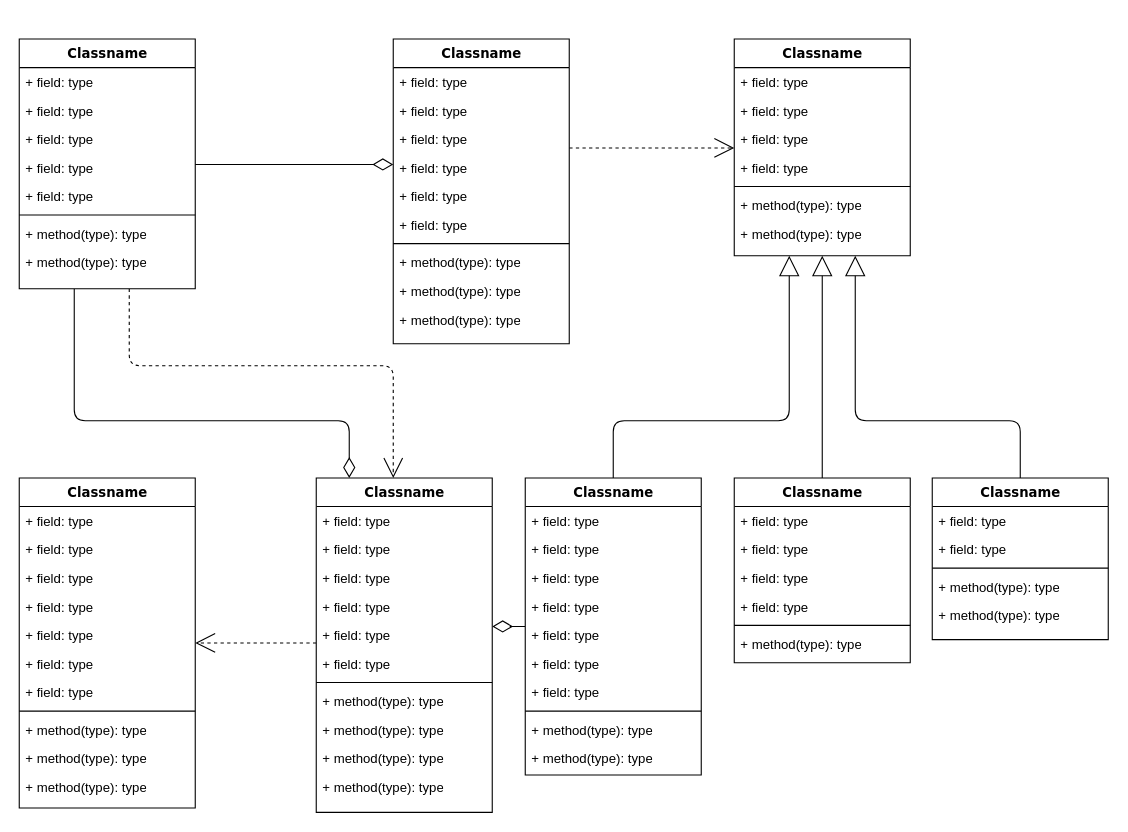
The draw.io diagram Diagrama sin título.drawio in Dighitalsoluciones/bkparrillaelfogon, before the edit. Source tidied: cells renumbered, new cells numbered last; positions are measured from the earlier drawing's top-left corner, leaving out a move shared by most shapes. Both pictures are drawn from the tidied source at 110%, with x=0, y=0 at pixel (19, 38).
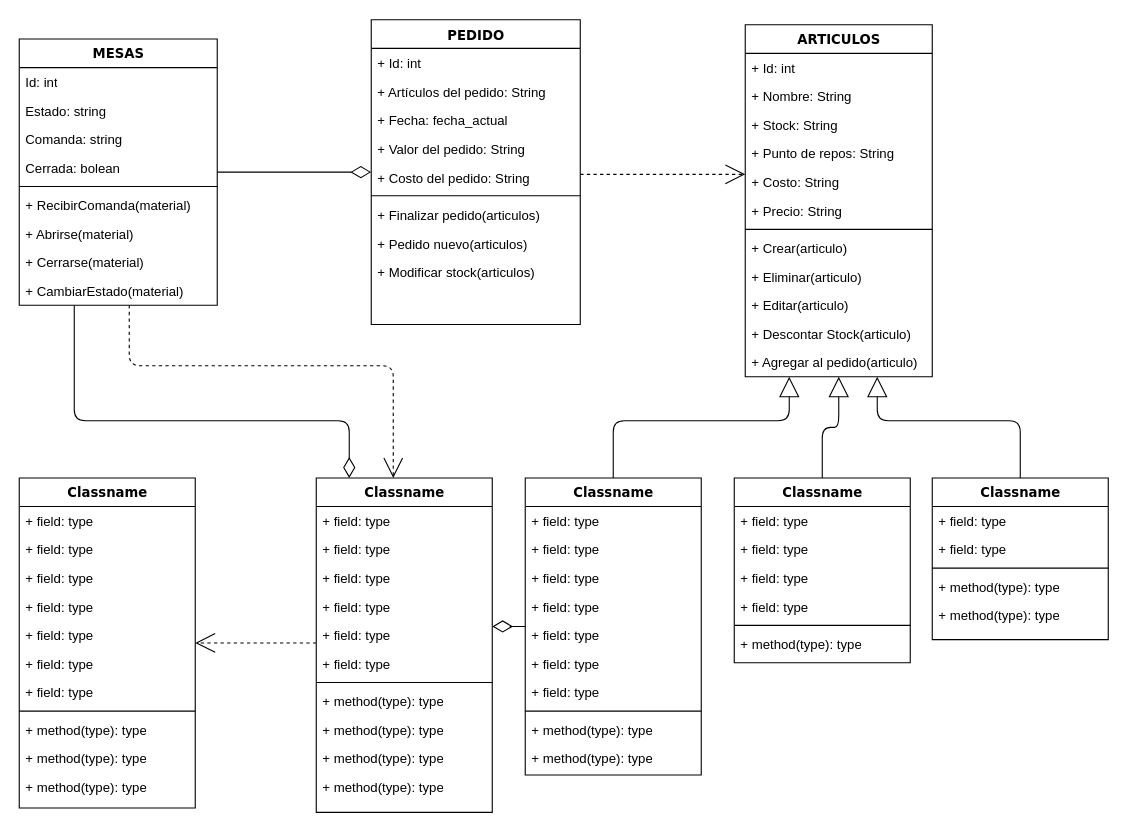
The same diagram, later.

Commit message:
diagrama Clases Bk Fogon

The change refers to these unchanged cells:
```xml
<mxCell id="80" value="Classname" style="swimlane;html=1;fontStyle=1;align=center;verticalAlign=top;horizontal=1;startSize=26;swimlaneFillColor=#ffffff;rounded=0;shadow=0;comic=0;labelBackgroundColor=none;strokeWidth=1;fillColor=none;fontFamily=Verdana;fontSize=12;" parent="1" vertex="1">
  <mxGeometry x="830" y="399" width="160" height="147" as="geometry" />
</mxCell>
```

Diff of the diagram source:
```diff
@@
-    <mxCell id="4" value="Classname" style="swimlane;html=1;fontStyle=1;align=center;verticalAlign=top;horizontal=1;startSize=26;swimlaneFillColor=#ffffff;rounded=0;shadow=0;comic=0;labelBackgroundColor=none;strokeWidth=1;fillColor=none;fontFamily=Verdana;fontSize=12;" parent="1" vertex="1">
-      <mxGeometry width="160" height="227" as="geometry" />
+    <mxCell id="4" value="MESAS" style="swimlane;html=1;fontStyle=1;align=center;verticalAlign=top;horizontal=1;startSize=26;swimlaneFillColor=#ffffff;rounded=0;shadow=0;comic=0;labelBackgroundColor=none;strokeWidth=1;fillColor=none;fontFamily=Verdana;fontSize=12;" parent="1" vertex="1">
+      <mxGeometry width="180" height="242" as="geometry" />
     </mxCell>
-    <mxCell id="5" value="+ field: type" style="text;html=1;strokeColor=none;fillColor=none;align=left;verticalAlign=top;spacingLeft=4;spacingRight=4;whiteSpace=wrap;overflow=hidden;" parent="4" vertex="1">
-      <mxGeometry y="26" width="160" height="26" as="geometry" />
+    <mxCell id="5" value="Id: int" style="text;html=1;strokeColor=none;fillColor=none;align=left;verticalAlign=top;spacingLeft=4;spacingRight=4;whiteSpace=wrap;overflow=hidden;" parent="4" vertex="1">
+      <mxGeometry y="26" width="180" height="26" as="geometry" />
     </mxCell>
-    <mxCell id="6" value="+ field: type" style="text;html=1;strokeColor=none;fillColor=none;align=left;verticalAlign=top;spacingLeft=4;spacingRight=4;whiteSpace=wrap;overflow=hidden;" parent="4" vertex="1">
-      <mxGeometry y="52" width="160" height="26" as="geometry" />
+    <mxCell id="6" value="Estado: string" style="text;html=1;strokeColor=none;fillColor=none;align=left;verticalAlign=top;spacingLeft=4;spacingRight=4;whiteSpace=wrap;overflow=hidden;" parent="4" vertex="1">
+      <mxGeometry y="52" width="180" height="26" as="geometry" />
     </mxCell>
-    <mxCell id="7" value="+ field: type" style="text;html=1;strokeColor=none;fillColor=none;align=left;verticalAlign=top;spacingLeft=4;spacingRight=4;whiteSpace=wrap;overflow=hidden;" parent="4" vertex="1">
-      <mxGeometry y="78" width="160" height="26" as="geometry" />
+    <mxCell id="7" value="Comanda: string" style="text;html=1;strokeColor=none;fillColor=none;align=left;verticalAlign=top;spacingLeft=4;spacingRight=4;whiteSpace=wrap;overflow=hidden;" parent="4" vertex="1">
+      <mxGeometry y="78" width="180" height="26" as="geometry" />
     </mxCell>
-    <mxCell id="8" value="+ field: type" style="text;html=1;strokeColor=none;fillColor=none;align=left;verticalAlign=top;spacingLeft=4;spacingRight=4;whiteSpace=wrap;overflow=hidden;" parent="4" vertex="1">
-      <mxGeometry y="104" width="160" height="26" as="geometry" />
+    <mxCell id="8" value="Cerrada: bolean" style="text;html=1;strokeColor=none;fillColor=none;align=left;verticalAlign=top;spacingLeft=4;spacingRight=4;whiteSpace=wrap;overflow=hidden;" parent="4" vertex="1">
+      <mxGeometry y="104" width="180" height="26" as="geometry" />
     </mxCell>
-    <mxCell id="9" value="+ field: type" style="text;html=1;strokeColor=none;fillColor=none;align=left;verticalAlign=top;spacingLeft=4;spacingRight=4;whiteSpace=wrap;overflow=hidden;" parent="4" vertex="1">
-      <mxGeometry y="130" width="160" height="26" as="geometry" />
-    </mxCell>
     <mxCell id="10" style="line;html=1;strokeWidth=1;fillColor=none;align=left;verticalAlign=middle;spacingTop=-1;spacingLeft=3;spacingRight=3;labelPosition=right;" parent="4" vertex="1">
-      <mxGeometry y="156" width="160" height="8" as="geometry" />
+      <mxGeometry y="130" width="180" height="8" as="geometry" />
     </mxCell>
-    <mxCell id="11" value="+ method(type): type" style="text;html=1;strokeColor=none;fillColor=none;align=left;verticalAlign=top;spacingLeft=4;spacingRight=4;whiteSpace=wrap;overflow=hidden;" parent="4" vertex="1">
-      <mxGeometry y="164" width="160" height="26" as="geometry" />
+    <mxCell id="11" value="+ RecibirComanda(material)" style="text;html=1;strokeColor=none;fillColor=none;align=left;verticalAlign=top;spacingLeft=4;spacingRight=4;whiteSpace=wrap;overflow=hidden;" parent="4" vertex="1">
+      <mxGeometry y="138" width="180" height="26" as="geometry" />
     </mxCell>
-    <mxCell id="12" value="+ method(type): type" style="text;html=1;strokeColor=none;fillColor=none;align=left;verticalAlign=top;spacingLeft=4;spacingRight=4;whiteSpace=wrap;overflow=hidden;" parent="4" vertex="1">
-      <mxGeometry y="190" width="160" height="26" as="geometry" />
+    <mxCell id="12" value="+ Abrirse(material)" style="text;html=1;strokeColor=none;fillColor=none;align=left;verticalAlign=top;spacingLeft=4;spacingRight=4;whiteSpace=wrap;overflow=hidden;" parent="4" vertex="1">
+      <mxGeometry y="164" width="180" height="26" as="geometry" />
     </mxCell>
+    <mxCell id="87" value="+ Cerrarse(material)" style="text;html=1;strokeColor=none;fillColor=none;align=left;verticalAlign=top;spacingLeft=4;spacingRight=4;whiteSpace=wrap;overflow=hidden;" parent="4" vertex="1">
+      <mxGeometry y="190" width="180" height="26" as="geometry" />
+    </mxCell>
+    <mxCell id="88" value="+ CambiarEstado(material)" style="text;html=1;strokeColor=none;fillColor=none;align=left;verticalAlign=top;spacingLeft=4;spacingRight=4;whiteSpace=wrap;overflow=hidden;" parent="4" vertex="1">
+      <mxGeometry y="216" width="180" height="26" as="geometry" />
+    </mxCell>
@@
-    <mxCell id="14" value="Classname" style="swimlane;html=1;fontStyle=1;align=center;verticalAlign=top;horizontal=1;startSize=26;swimlaneFillColor=#ffffff;rounded=0;shadow=0;comic=0;labelBackgroundColor=none;strokeWidth=1;fillColor=none;fontFamily=Verdana;fontSize=12;" parent="1" vertex="1">
-      <mxGeometry x="340" width="160" height="277" as="geometry" />
+    <mxCell id="14" value="PEDIDO" style="swimlane;html=1;fontStyle=1;align=center;verticalAlign=top;horizontal=1;startSize=26;swimlaneFillColor=#ffffff;rounded=0;shadow=0;comic=0;labelBackgroundColor=none;strokeWidth=1;fillColor=none;fontFamily=Verdana;fontSize=12;" parent="1" vertex="1">
+      <mxGeometry x="320" y="-17.5" width="190" height="277" as="geometry" />
     </mxCell>
-    <mxCell id="15" value="+ field: type" style="text;html=1;strokeColor=none;fillColor=none;align=left;verticalAlign=top;spacingLeft=4;spacingRight=4;whiteSpace=wrap;overflow=hidden;" parent="14" vertex="1">
-      <mxGeometry y="26" width="160" height="26" as="geometry" />
+    <mxCell id="15" value="+ Id: int" style="text;html=1;strokeColor=none;fillColor=none;align=left;verticalAlign=top;spacingLeft=4;spacingRight=4;whiteSpace=wrap;overflow=hidden;" parent="14" vertex="1">
+      <mxGeometry y="26" width="190" height="26" as="geometry" />
     </mxCell>
-    <mxCell id="16" value="+ field: type" style="text;html=1;strokeColor=none;fillColor=none;align=left;verticalAlign=top;spacingLeft=4;spacingRight=4;whiteSpace=wrap;overflow=hidden;" parent="14" vertex="1">
-      <mxGeometry y="52" width="160" height="26" as="geometry" />
+    <mxCell id="16" value="+ Artículos del pedido: String" style="text;html=1;strokeColor=none;fillColor=none;align=left;verticalAlign=top;spacingLeft=4;spacingRight=4;whiteSpace=wrap;overflow=hidden;" parent="14" vertex="1">
+      <mxGeometry y="52" width="190" height="26" as="geometry" />
     </mxCell>
-    <mxCell id="17" value="+ field: type" style="text;html=1;strokeColor=none;fillColor=none;align=left;verticalAlign=top;spacingLeft=4;spacingRight=4;whiteSpace=wrap;overflow=hidden;" parent="14" vertex="1">
-      <mxGeometry y="78" width="160" height="26" as="geometry" />
+    <mxCell id="17" value="+ Fecha: fecha_actual" style="text;html=1;strokeColor=none;fillColor=none;align=left;verticalAlign=top;spacingLeft=4;spacingRight=4;whiteSpace=wrap;overflow=hidden;" parent="14" vertex="1">
+      <mxGeometry y="78" width="190" height="26" as="geometry" />
     </mxCell>
-    <mxCell id="18" value="+ field: type" style="text;html=1;strokeColor=none;fillColor=none;align=left;verticalAlign=top;spacingLeft=4;spacingRight=4;whiteSpace=wrap;overflow=hidden;" parent="14" vertex="1">
-      <mxGeometry y="104" width="160" height="26" as="geometry" />
+    <mxCell id="18" value="+ Valor del pedido: String" style="text;html=1;strokeColor=none;fillColor=none;align=left;verticalAlign=top;spacingLeft=4;spacingRight=4;whiteSpace=wrap;overflow=hidden;" parent="14" vertex="1">
+      <mxGeometry y="104" width="190" height="26" as="geometry" />
     </mxCell>
-    <mxCell id="19" value="+ field: type" style="text;html=1;strokeColor=none;fillColor=none;align=left;verticalAlign=top;spacingLeft=4;spacingRight=4;whiteSpace=wrap;overflow=hidden;" parent="14" vertex="1">
-      <mxGeometry y="130" width="160" height="26" as="geometry" />
-    </mxCell>
-    <mxCell id="20" value="+ field: type" style="text;html=1;strokeColor=none;fillColor=none;align=left;verticalAlign=top;spacingLeft=4;spacingRight=4;whiteSpace=wrap;overflow=hidden;" parent="14" vertex="1">
-      <mxGeometry y="156" width="160" height="26" as="geometry" />
-    </mxCell>
+    <mxCell id="89" value="+ Costo del pedido: String" style="text;html=1;strokeColor=none;fillColor=none;align=left;verticalAlign=top;spacingLeft=4;spacingRight=4;whiteSpace=wrap;overflow=hidden;" parent="14" vertex="1">
+      <mxGeometry y="130" width="190" height="26" as="geometry" />
+    </mxCell>
     <mxCell id="21" style="line;html=1;strokeWidth=1;fillColor=none;align=left;verticalAlign=middle;spacingTop=-1;spacingLeft=3;spacingRight=3;labelPosition=right;" parent="14" vertex="1">
-      <mxGeometry y="182" width="160" height="8" as="geometry" />
+      <mxGeometry y="156" width="190" height="8" as="geometry" />
     </mxCell>
-    <mxCell id="22" value="+ method(type): type" style="text;html=1;strokeColor=none;fillColor=none;align=left;verticalAlign=top;spacingLeft=4;spacingRight=4;whiteSpace=wrap;overflow=hidden;" parent="14" vertex="1">
-      <mxGeometry y="190" width="160" height="26" as="geometry" />
+    <mxCell id="22" value="+ Finalizar pedido(articulos)" style="text;html=1;strokeColor=none;fillColor=none;align=left;verticalAlign=top;spacingLeft=4;spacingRight=4;whiteSpace=wrap;overflow=hidden;" parent="14" vertex="1">
+      <mxGeometry y="164" width="190" height="26" as="geometry" />
     </mxCell>
-    <mxCell id="23" value="+ method(type): type" style="text;html=1;strokeColor=none;fillColor=none;align=left;verticalAlign=top;spacingLeft=4;spacingRight=4;whiteSpace=wrap;overflow=hidden;" parent="14" vertex="1">
-      <mxGeometry y="216" width="160" height="26" as="geometry" />
+    <mxCell id="23" value="+ Pedido nuevo(articulos)" style="text;html=1;strokeColor=none;fillColor=none;align=left;verticalAlign=top;spacingLeft=4;spacingRight=4;whiteSpace=wrap;overflow=hidden;" parent="14" vertex="1">
+      <mxGeometry y="190" width="190" height="26" as="geometry" />
     </mxCell>
-    <mxCell id="24" value="+ method(type): type" style="text;html=1;strokeColor=none;fillColor=none;align=left;verticalAlign=top;spacingLeft=4;spacingRight=4;whiteSpace=wrap;overflow=hidden;" parent="14" vertex="1">
-      <mxGeometry y="242" width="160" height="26" as="geometry" />
+    <mxCell id="24" value="+ Modificar stock(articulos)" style="text;html=1;strokeColor=none;fillColor=none;align=left;verticalAlign=top;spacingLeft=4;spacingRight=4;whiteSpace=wrap;overflow=hidden;" parent="14" vertex="1">
+      <mxGeometry y="216" width="190" height="26" as="geometry" />
     </mxCell>
-    <mxCell id="25" value="Classname" style="swimlane;html=1;fontStyle=1;align=center;verticalAlign=top;horizontal=1;startSize=26;swimlaneFillColor=#ffffff;rounded=0;shadow=0;comic=0;labelBackgroundColor=none;strokeWidth=1;fillColor=none;fontFamily=Verdana;fontSize=12;" parent="1" vertex="1">
-      <mxGeometry x="650" width="160" height="197" as="geometry" />
+    <mxCell id="25" value="ARTICULOS" style="swimlane;html=1;fontStyle=1;align=center;verticalAlign=top;horizontal=1;startSize=26;swimlaneFillColor=#ffffff;rounded=0;shadow=0;comic=0;labelBackgroundColor=none;strokeWidth=1;fillColor=none;fontFamily=Verdana;fontSize=12;" parent="1" vertex="1">
+      <mxGeometry x="660" y="-13" width="170" height="320" as="geometry" />
     </mxCell>
-    <mxCell id="26" value="+ field: type" style="text;html=1;strokeColor=none;fillColor=none;align=left;verticalAlign=top;spacingLeft=4;spacingRight=4;whiteSpace=wrap;overflow=hidden;" parent="25" vertex="1">
-      <mxGeometry y="26" width="160" height="26" as="geometry" />
+    <mxCell id="26" value="+ Id: int" style="text;html=1;strokeColor=none;fillColor=none;align=left;verticalAlign=top;spacingLeft=4;spacingRight=4;whiteSpace=wrap;overflow=hidden;" parent="25" vertex="1">
+      <mxGeometry y="26" width="170" height="26" as="geometry" />
     </mxCell>
-    <mxCell id="27" value="+ field: type" style="text;html=1;strokeColor=none;fillColor=none;align=left;verticalAlign=top;spacingLeft=4;spacingRight=4;whiteSpace=wrap;overflow=hidden;" parent="25" vertex="1">
-      <mxGeometry y="52" width="160" height="26" as="geometry" />
+    <mxCell id="27" value="+ Nombre: String" style="text;html=1;strokeColor=none;fillColor=none;align=left;verticalAlign=top;spacingLeft=4;spacingRight=4;whiteSpace=wrap;overflow=hidden;" parent="25" vertex="1">
+      <mxGeometry y="52" width="170" height="26" as="geometry" />
     </mxCell>
-    <mxCell id="28" value="+ field: type" style="text;html=1;strokeColor=none;fillColor=none;align=left;verticalAlign=top;spacingLeft=4;spacingRight=4;whiteSpace=wrap;overflow=hidden;" parent="25" vertex="1">
-      <mxGeometry y="78" width="160" height="26" as="geometry" />
+    <mxCell id="28" value="+ Stock: String" style="text;html=1;strokeColor=none;fillColor=none;align=left;verticalAlign=top;spacingLeft=4;spacingRight=4;whiteSpace=wrap;overflow=hidden;" parent="25" vertex="1">
+      <mxGeometry y="78" width="170" height="26" as="geometry" />
     </mxCell>
+    <mxCell id="90" value="+ Punto de repos: String" style="text;html=1;strokeColor=none;fillColor=none;align=left;verticalAlign=top;spacingLeft=4;spacingRight=4;whiteSpace=wrap;overflow=hidden;" parent="25" vertex="1">
+      <mxGeometry y="104" width="170" height="26" as="geometry" />
+    </mxCell>
+    <mxCell id="91" value="+ Costo: String" style="text;html=1;strokeColor=none;fillColor=none;align=left;verticalAlign=top;spacingLeft=4;spacingRight=4;whiteSpace=wrap;overflow=hidden;" parent="25" vertex="1">
+      <mxGeometry y="130" width="170" height="26" as="geometry" />
+    </mxCell>
-    <mxCell id="29" value="+ field: type" style="text;html=1;strokeColor=none;fillColor=none;align=left;verticalAlign=top;spacingLeft=4;spacingRight=4;whiteSpace=wrap;overflow=hidden;" parent="25" vertex="1">
-      <mxGeometry y="104" width="160" height="26" as="geometry" />
+    <mxCell id="29" value="+ Precio: String" style="text;html=1;strokeColor=none;fillColor=none;align=left;verticalAlign=top;spacingLeft=4;spacingRight=4;whiteSpace=wrap;overflow=hidden;" parent="25" vertex="1">
+      <mxGeometry y="156" width="170" height="26" as="geometry" />
     </mxCell>
     <mxCell id="30" style="line;html=1;strokeWidth=1;fillColor=none;align=left;verticalAlign=middle;spacingTop=-1;spacingLeft=3;spacingRight=3;labelPosition=right;" parent="25" vertex="1">
-      <mxGeometry y="130" width="160" height="8" as="geometry" />
+      <mxGeometry y="182" width="170" height="8" as="geometry" />
     </mxCell>
-    <mxCell id="31" value="+ method(type): type" style="text;html=1;strokeColor=none;fillColor=none;align=left;verticalAlign=top;spacingLeft=4;spacingRight=4;whiteSpace=wrap;overflow=hidden;" parent="25" vertex="1">
-      <mxGeometry y="138" width="160" height="26" as="geometry" />
-    </mxCell>
-    <mxCell id="32" value="+ method(type): type" style="text;html=1;strokeColor=none;fillColor=none;align=left;verticalAlign=top;spacingLeft=4;spacingRight=4;whiteSpace=wrap;overflow=hidden;" parent="25" vertex="1">
-      <mxGeometry y="164" width="160" height="26" as="geometry" />
-    </mxCell>
+    <mxCell id="92" value="+ Crear(articulo)" style="text;html=1;strokeColor=none;fillColor=none;align=left;verticalAlign=top;spacingLeft=4;spacingRight=4;whiteSpace=wrap;overflow=hidden;" parent="25" vertex="1">
+      <mxGeometry y="190" width="170" height="26" as="geometry" />
+    </mxCell>
+    <mxCell id="93" value="+ Eliminar(articulo)" style="text;html=1;strokeColor=none;fillColor=none;align=left;verticalAlign=top;spacingLeft=4;spacingRight=4;whiteSpace=wrap;overflow=hidden;" parent="25" vertex="1">
+      <mxGeometry y="216" width="170" height="26" as="geometry" />
+    </mxCell>
+    <mxCell id="94" value="+ Editar(articulo)" style="text;html=1;strokeColor=none;fillColor=none;align=left;verticalAlign=top;spacingLeft=4;spacingRight=4;whiteSpace=wrap;overflow=hidden;" parent="25" vertex="1">
+      <mxGeometry y="242" width="170" height="26" as="geometry" />
+    </mxCell>
+    <mxCell id="95" value="+ Descontar Stock(articulo)" style="text;html=1;strokeColor=none;fillColor=none;align=left;verticalAlign=top;spacingLeft=4;spacingRight=4;whiteSpace=wrap;overflow=hidden;" parent="25" vertex="1">
+      <mxGeometry y="268" width="170" height="26" as="geometry" />
+    </mxCell>
+    <mxCell id="96" value="+ Agregar al pedido(articulo)" style="text;html=1;strokeColor=none;fillColor=none;align=left;verticalAlign=top;spacingLeft=4;spacingRight=4;whiteSpace=wrap;overflow=hidden;" parent="25" vertex="1">
+      <mxGeometry y="294" width="170" height="26" as="geometry" />
+    </mxCell>
@@
     <mxCell id="79" style="edgeStyle=orthogonalEdgeStyle;html=1;labelBackgroundColor=none;startFill=0;startSize=8;endArrow=block;endFill=0;endSize=16;fontFamily=Verdana;fontSize=12;" parent="1" edge="1" source="80" target="25">
       <mxGeometry relative="1" as="geometry">
         <Array as="points">
           <mxPoint x="910" y="347" />
-          <mxPoint x="760" y="347" />
+          <mxPoint x="780" y="347" />
         </Array>
       </mxGeometry>
     </mxCell>
```
